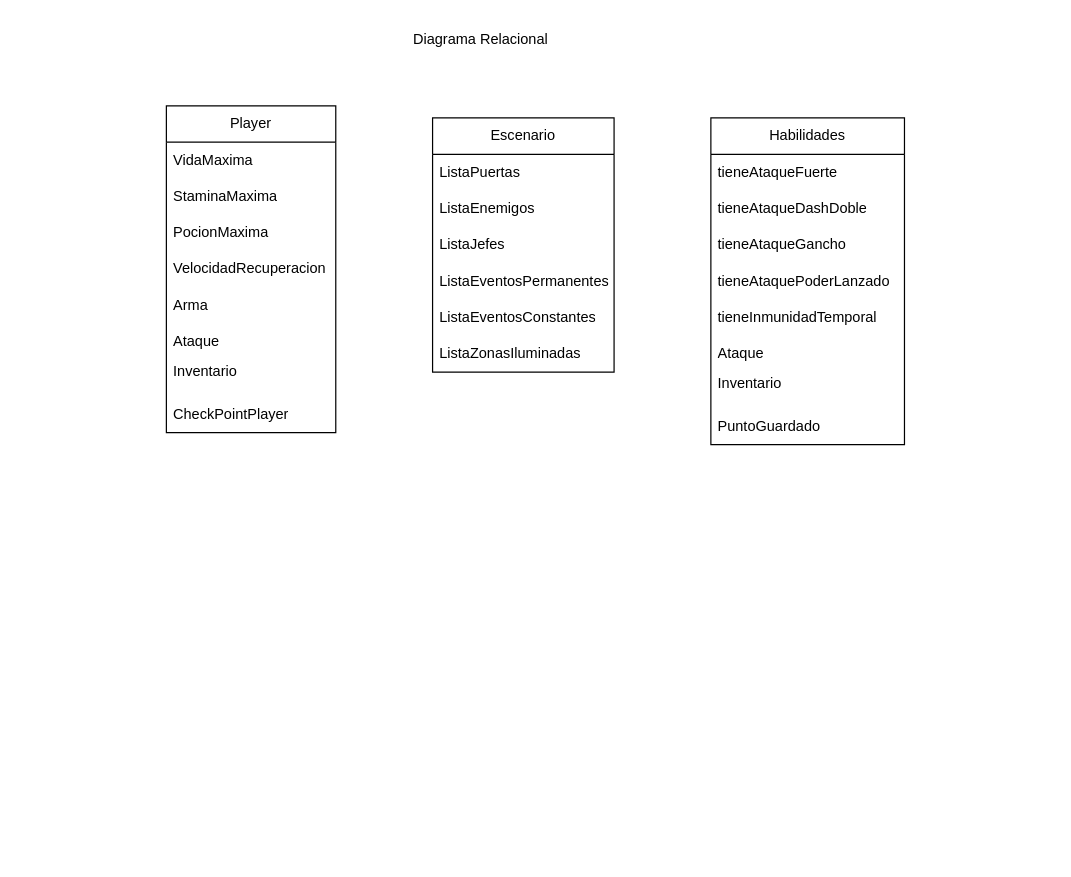
Before: Diagrama Relaciona.drawio in AlexAntonio29/PracticasProgramacion, a draw.io diagram. Source tidied: cells renumbered, new cells numbered last; positions are measured from the earlier drawing's top-left corner, leaving out a move shared by most shapes. Both pictures are drawn from the tidied source at 121%, with x=0, y=0 at pixel (166, 21).
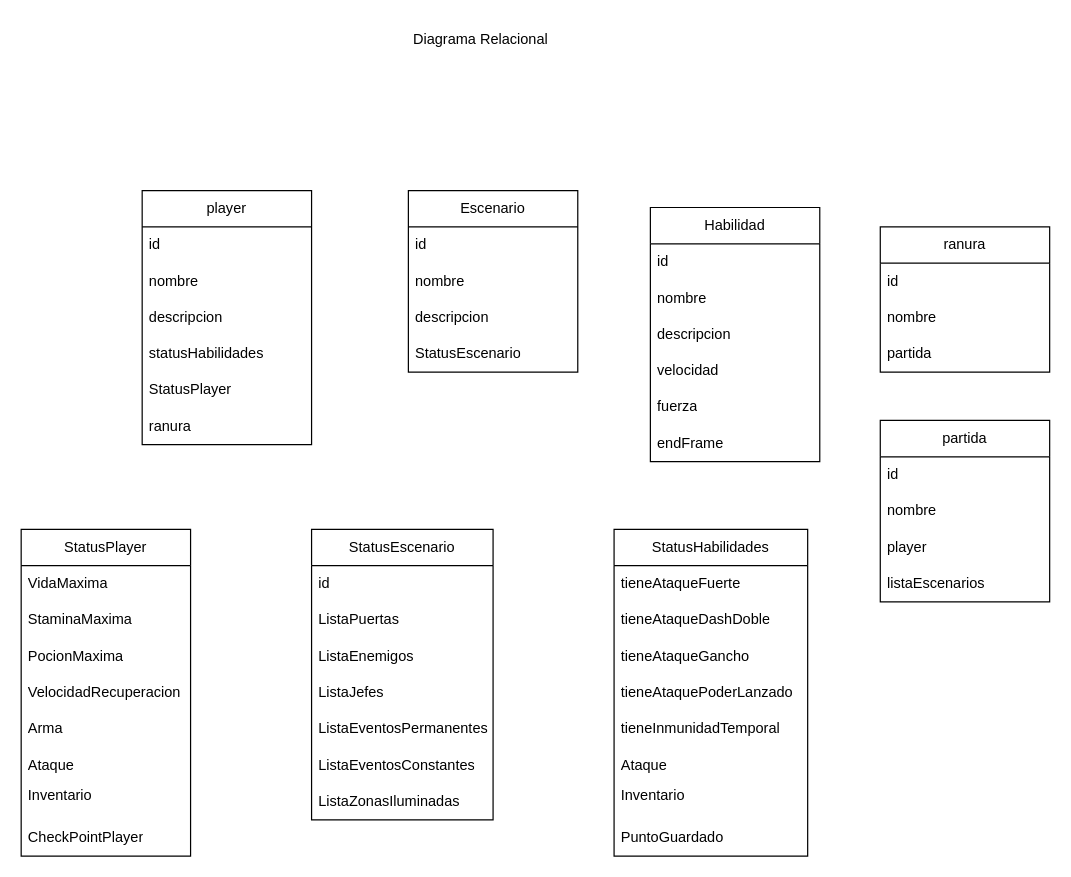
The same page after the edit.

The edit, as a diff of the source:
```diff
@@
-    <mxCell id="2" value="Player" style="swimlane;fontStyle=0;horizontal=1;startSize=30;whiteSpace=wrap;html=1;" parent="1" vertex="1">
-      <mxGeometry y="70" width="140" height="270" as="geometry" />
+    <mxCell id="2" value="StatusPlayer" style="swimlane;fontStyle=0;horizontal=1;startSize=30;whiteSpace=wrap;html=1;" parent="1" vertex="1">
+      <mxGeometry x="-120" y="420" width="140" height="270" as="geometry" />
     </mxCell>
@@
-    <mxCell id="12" value="Escenario" style="swimlane;fontStyle=0;horizontal=1;startSize=30;whiteSpace=wrap;html=1;" parent="1" vertex="1">
-      <mxGeometry x="220" y="80" width="150" height="210" as="geometry" />
+    <mxCell id="12" value="StatusEscenario" style="swimlane;fontStyle=0;horizontal=1;startSize=30;whiteSpace=wrap;html=1;" parent="1" vertex="1">
+      <mxGeometry x="120" y="420" width="150" height="240" as="geometry" />
     </mxCell>
-    <mxCell id="13" value="ListaPuertas" style="text;strokeColor=none;fillColor=none;align=left;verticalAlign=middle;spacingLeft=4;spacingRight=4;overflow=hidden;whiteSpace=wrap;html=1;" parent="12" vertex="1">
+    <mxCell id="13" value="id" style="text;strokeColor=none;fillColor=none;align=left;verticalAlign=middle;spacingLeft=4;spacingRight=4;overflow=hidden;whiteSpace=wrap;html=1;" parent="12" vertex="1">
       <mxGeometry y="30" width="150" height="30" as="geometry" />
     </mxCell>
+    <mxCell id="28" value="ListaPuertas" style="text;strokeColor=none;fillColor=none;align=left;verticalAlign=middle;spacingLeft=4;spacingRight=4;overflow=hidden;whiteSpace=wrap;html=1;" parent="12" vertex="1">
+      <mxGeometry y="60" width="150" height="30" as="geometry" />
+    </mxCell>
     <mxCell id="14" value="ListaEnemigos" style="text;strokeColor=none;fillColor=none;align=left;verticalAlign=middle;spacingLeft=4;spacingRight=4;overflow=hidden;whiteSpace=wrap;html=1;" parent="12" vertex="1">
-      <mxGeometry y="60" width="150" height="30" as="geometry" />
+      <mxGeometry y="90" width="150" height="30" as="geometry" />
     </mxCell>
     <mxCell id="15" value="ListaJefes" style="text;strokeColor=none;fillColor=none;align=left;verticalAlign=middle;spacingLeft=4;spacingRight=4;overflow=hidden;whiteSpace=wrap;html=1;" parent="12" vertex="1">
-      <mxGeometry y="90" width="150" height="30" as="geometry" />
+      <mxGeometry y="120" width="150" height="30" as="geometry" />
     </mxCell>
     <mxCell id="16" value="ListaEventosPermanentes" style="text;strokeColor=none;fillColor=none;align=left;verticalAlign=middle;spacingLeft=4;spacingRight=4;overflow=hidden;whiteSpace=wrap;html=1;" parent="12" vertex="1">
-      <mxGeometry y="120" width="150" height="30" as="geometry" />
+      <mxGeometry y="150" width="150" height="30" as="geometry" />
     </mxCell>
     <mxCell id="17" value="ListaEventosConstantes" style="text;strokeColor=none;fillColor=none;align=left;verticalAlign=middle;spacingLeft=4;spacingRight=4;overflow=hidden;whiteSpace=wrap;html=1;" parent="12" vertex="1">
-      <mxGeometry y="150" width="150" height="30" as="geometry" />
+      <mxGeometry y="180" width="150" height="30" as="geometry" />
     </mxCell>
     <mxCell id="18" value="ListaZonasIluminadas" style="text;strokeColor=none;fillColor=none;align=left;verticalAlign=middle;spacingLeft=4;spacingRight=4;overflow=hidden;whiteSpace=wrap;html=1;" parent="12" vertex="1">
-      <mxGeometry y="180" width="150" height="30" as="geometry" />
+      <mxGeometry y="210" width="150" height="30" as="geometry" />
     </mxCell>
-    <mxCell id="19" value="Habilidades" style="swimlane;fontStyle=0;horizontal=1;startSize=30;whiteSpace=wrap;html=1;" parent="1" vertex="1">
-      <mxGeometry x="450" y="80" width="160" height="270" as="geometry" />
+    <mxCell id="19" value="StatusHabilidades" style="swimlane;fontStyle=0;horizontal=1;startSize=30;whiteSpace=wrap;html=1;" parent="1" vertex="1">
+      <mxGeometry x="370" y="420" width="160" height="270" as="geometry" />
     </mxCell>
@@
+    <mxCell id="29" value="player" style="swimlane;fontStyle=0;horizontal=1;startSize=30;whiteSpace=wrap;html=1;" parent="1" vertex="1">
+      <mxGeometry x="-20" y="140" width="140" height="210" as="geometry" />
+    </mxCell>
+    <mxCell id="30" value="id" style="text;strokeColor=none;fillColor=none;align=left;verticalAlign=middle;spacingLeft=4;spacingRight=4;overflow=hidden;whiteSpace=wrap;html=1;" parent="29" vertex="1">
+      <mxGeometry y="30" width="140" height="30" as="geometry" />
+    </mxCell>
+    <mxCell id="31" value="nombre" style="text;strokeColor=none;fillColor=none;align=left;verticalAlign=middle;spacingLeft=4;spacingRight=4;overflow=hidden;whiteSpace=wrap;html=1;" parent="29" vertex="1">
+      <mxGeometry y="60" width="140" height="30" as="geometry" />
+    </mxCell>
+    <mxCell id="32" value="descripcion" style="text;strokeColor=none;fillColor=none;align=left;verticalAlign=middle;spacingLeft=4;spacingRight=4;overflow=hidden;whiteSpace=wrap;html=1;" parent="29" vertex="1">
+      <mxGeometry y="90" width="140" height="30" as="geometry" />
+    </mxCell>
+    <mxCell id="33" value="statusHabilidades" style="text;strokeColor=none;fillColor=none;align=left;verticalAlign=middle;spacingLeft=4;spacingRight=4;overflow=hidden;whiteSpace=wrap;html=1;" parent="29" vertex="1">
+      <mxGeometry y="120" width="140" height="30" as="geometry" />
+    </mxCell>
+    <mxCell id="34" value="StatusPlayer" style="text;strokeColor=none;fillColor=none;align=left;verticalAlign=middle;spacingLeft=4;spacingRight=4;overflow=hidden;whiteSpace=wrap;html=1;" parent="29" vertex="1">
+      <mxGeometry y="150" width="140" height="30" as="geometry" />
+    </mxCell>
+    <mxCell id="35" value="ranura" style="text;strokeColor=none;fillColor=none;align=left;verticalAlign=middle;spacingLeft=4;spacingRight=4;overflow=hidden;whiteSpace=wrap;html=1;" parent="29" vertex="1">
+      <mxGeometry y="180" width="140" height="30" as="geometry" />
+    </mxCell>
+    <mxCell id="36" value="Escenario" style="swimlane;fontStyle=0;horizontal=1;startSize=30;whiteSpace=wrap;html=1;" parent="1" vertex="1">
+      <mxGeometry x="200" y="140" width="140" height="150" as="geometry" />
+    </mxCell>
+    <mxCell id="37" value="id" style="text;strokeColor=none;fillColor=none;align=left;verticalAlign=middle;spacingLeft=4;spacingRight=4;overflow=hidden;whiteSpace=wrap;html=1;" parent="36" vertex="1">
+      <mxGeometry y="30" width="140" height="30" as="geometry" />
+    </mxCell>
+    <mxCell id="38" value="nombre" style="text;strokeColor=none;fillColor=none;align=left;verticalAlign=middle;spacingLeft=4;spacingRight=4;overflow=hidden;whiteSpace=wrap;html=1;" parent="36" vertex="1">
+      <mxGeometry y="60" width="140" height="30" as="geometry" />
+    </mxCell>
+    <mxCell id="39" value="descripcion" style="text;strokeColor=none;fillColor=none;align=left;verticalAlign=middle;spacingLeft=4;spacingRight=4;overflow=hidden;whiteSpace=wrap;html=1;" parent="36" vertex="1">
+      <mxGeometry y="90" width="140" height="30" as="geometry" />
+    </mxCell>
+    <mxCell id="40" value="StatusEscenario" style="text;strokeColor=none;fillColor=none;align=left;verticalAlign=middle;spacingLeft=4;spacingRight=4;overflow=hidden;whiteSpace=wrap;html=1;" parent="36" vertex="1">
+      <mxGeometry y="120" width="140" height="30" as="geometry" />
+    </mxCell>
+    <mxCell id="41" value="Habilidad" style="swimlane;fontStyle=0;horizontal=1;startSize=30;whiteSpace=wrap;html=1;" parent="1" vertex="1">
+      <mxGeometry x="400" y="154" width="140" height="210" as="geometry" />
+    </mxCell>
+    <mxCell id="42" value="id" style="text;strokeColor=none;fillColor=none;align=left;verticalAlign=middle;spacingLeft=4;spacingRight=4;overflow=hidden;whiteSpace=wrap;html=1;" parent="41" vertex="1">
+      <mxGeometry y="30" width="140" height="30" as="geometry" />
+    </mxCell>
+    <mxCell id="43" value="nombre" style="text;strokeColor=none;fillColor=none;align=left;verticalAlign=middle;spacingLeft=4;spacingRight=4;overflow=hidden;whiteSpace=wrap;html=1;" parent="41" vertex="1">
+      <mxGeometry y="60" width="140" height="30" as="geometry" />
+    </mxCell>
+    <mxCell id="44" value="descripcion" style="text;strokeColor=none;fillColor=none;align=left;verticalAlign=middle;spacingLeft=4;spacingRight=4;overflow=hidden;whiteSpace=wrap;html=1;" parent="41" vertex="1">
+      <mxGeometry y="90" width="140" height="30" as="geometry" />
+    </mxCell>
+    <mxCell id="45" value="velocidad" style="text;strokeColor=none;fillColor=none;align=left;verticalAlign=middle;spacingLeft=4;spacingRight=4;overflow=hidden;whiteSpace=wrap;html=1;" parent="41" vertex="1">
+      <mxGeometry y="120" width="140" height="30" as="geometry" />
+    </mxCell>
+    <mxCell id="46" value="fuerza" style="text;strokeColor=none;fillColor=none;align=left;verticalAlign=middle;spacingLeft=4;spacingRight=4;overflow=hidden;whiteSpace=wrap;html=1;" parent="41" vertex="1">
+      <mxGeometry y="150" width="140" height="30" as="geometry" />
+    </mxCell>
+    <mxCell id="47" value="endFrame" style="text;strokeColor=none;fillColor=none;align=left;verticalAlign=middle;spacingLeft=4;spacingRight=4;overflow=hidden;whiteSpace=wrap;html=1;" parent="41" vertex="1">
+      <mxGeometry y="180" width="140" height="30" as="geometry" />
+    </mxCell>
+    <mxCell id="48" value="ranura" style="swimlane;fontStyle=0;horizontal=1;startSize=30;whiteSpace=wrap;html=1;" parent="1" vertex="1">
+      <mxGeometry x="590" y="170" width="140" height="120" as="geometry" />
+    </mxCell>
+    <mxCell id="49" value="id" style="text;strokeColor=none;fillColor=none;align=left;verticalAlign=middle;spacingLeft=4;spacingRight=4;overflow=hidden;whiteSpace=wrap;html=1;" parent="48" vertex="1">
+      <mxGeometry y="30" width="140" height="30" as="geometry" />
+    </mxCell>
+    <mxCell id="50" value="nombre" style="text;strokeColor=none;fillColor=none;align=left;verticalAlign=middle;spacingLeft=4;spacingRight=4;overflow=hidden;whiteSpace=wrap;html=1;" parent="48" vertex="1">
+      <mxGeometry y="60" width="140" height="30" as="geometry" />
+    </mxCell>
+    <mxCell id="51" value="partida" style="text;strokeColor=none;fillColor=none;align=left;verticalAlign=middle;spacingLeft=4;spacingRight=4;overflow=hidden;whiteSpace=wrap;html=1;" parent="48" vertex="1">
+      <mxGeometry y="90" width="140" height="30" as="geometry" />
+    </mxCell>
+    <mxCell id="52" value="partida" style="swimlane;fontStyle=0;horizontal=1;startSize=30;whiteSpace=wrap;html=1;" parent="1" vertex="1">
+      <mxGeometry x="590" y="330" width="140" height="150" as="geometry" />
+    </mxCell>
+    <mxCell id="53" value="id" style="text;strokeColor=none;fillColor=none;align=left;verticalAlign=middle;spacingLeft=4;spacingRight=4;overflow=hidden;whiteSpace=wrap;html=1;" parent="52" vertex="1">
+      <mxGeometry y="30" width="140" height="30" as="geometry" />
+    </mxCell>
+    <mxCell id="54" value="nombre" style="text;strokeColor=none;fillColor=none;align=left;verticalAlign=middle;spacingLeft=4;spacingRight=4;overflow=hidden;whiteSpace=wrap;html=1;" parent="52" vertex="1">
+      <mxGeometry y="60" width="140" height="30" as="geometry" />
+    </mxCell>
+    <mxCell id="55" value="player" style="text;strokeColor=none;fillColor=none;align=left;verticalAlign=middle;spacingLeft=4;spacingRight=4;overflow=hidden;whiteSpace=wrap;html=1;" parent="52" vertex="1">
+      <mxGeometry y="90" width="140" height="30" as="geometry" />
+    </mxCell>
+    <mxCell id="56" value="listaEscenarios" style="text;strokeColor=none;fillColor=none;align=left;verticalAlign=middle;spacingLeft=4;spacingRight=4;overflow=hidden;whiteSpace=wrap;html=1;" parent="52" vertex="1">
+      <mxGeometry y="120" width="140" height="30" as="geometry" />
+    </mxCell>
```
